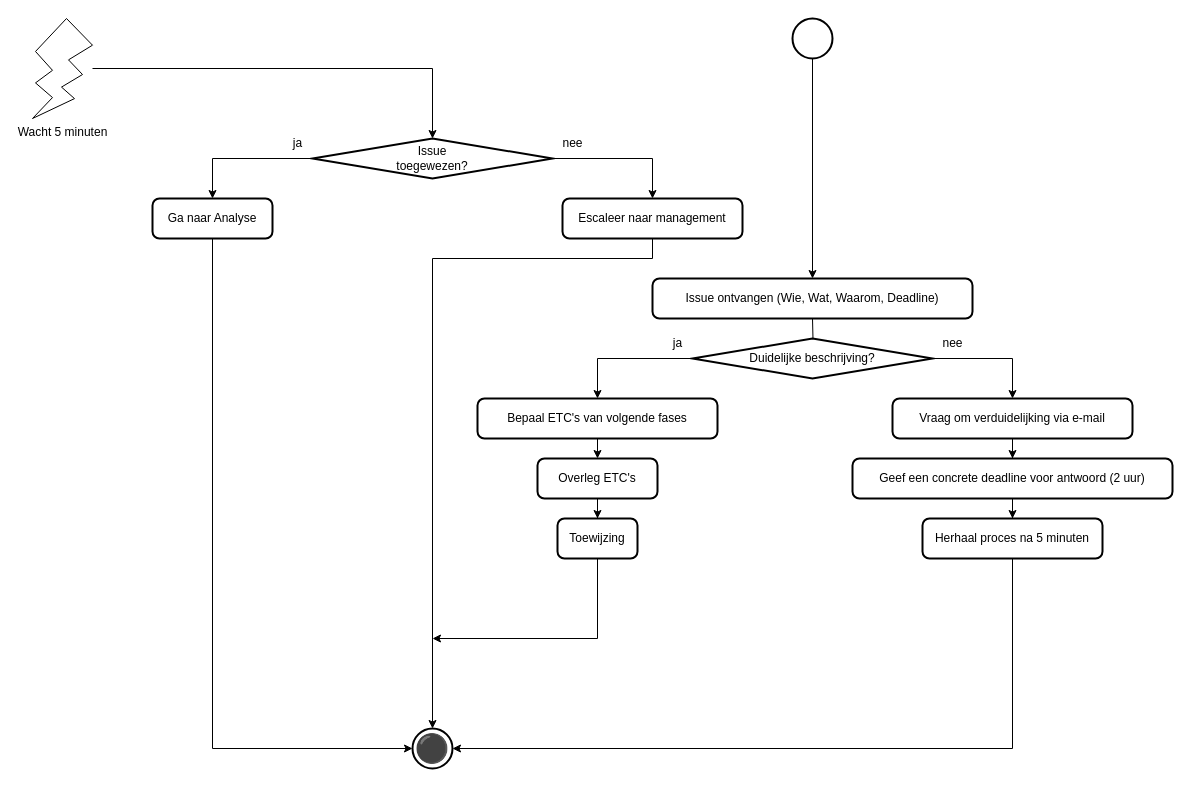
Earlier version of the draw.io diagram 1 Issue Tracker intake.drawio (Zaibatsu89/IssueTracker). Source tidied: cells renumbered, new cells numbered last; positions are measured from the earlier drawing's top-left corner, leaving out a move shared by most shapes. Both pictures are drawn from the tidied source at 100%, with x=0, y=0 at pixel (32, 18).
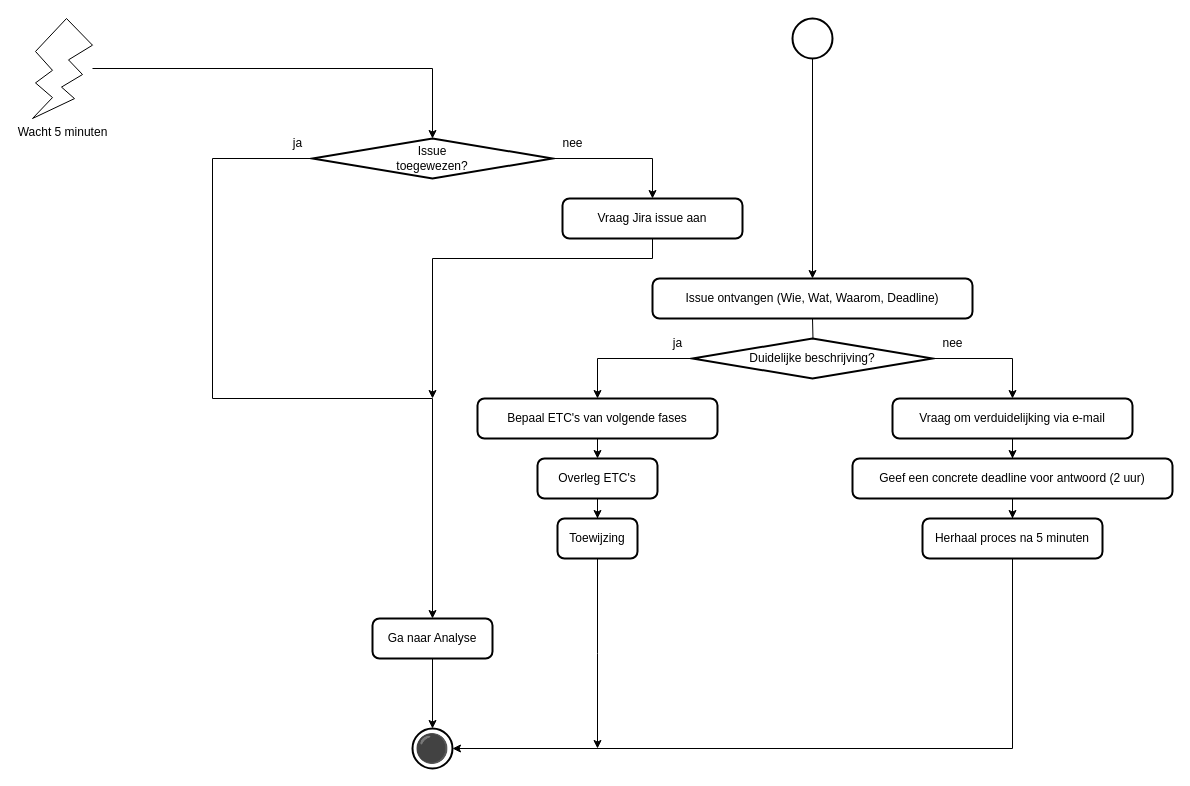
The same diagram, later.

Commit message:
Vervang 'Escaleer naar management' door 'Vraag Jira issue aan' in flowchart van intake

Unchanged cells that the change refers to:
```xml
<mxCell id="20" value="&lt;font&gt;⚫&lt;/font&gt;" style="strokeWidth=2;html=1;shape=mxgraph.flowchart.start_2;whiteSpace=wrap;fillStyle=solid;fillColor=none;perimeterSpacing=0;shadow=0;gradientColor=none;gradientDirection=north;fontSize=28;" parent="1" vertex="1">
  <mxGeometry x="380" y="710" width="40" height="40" as="geometry" />
</mxCell>
<mxCell id="23" value="Issue&lt;br&gt;toegewezen?" style="strokeWidth=2;html=1;shape=mxgraph.flowchart.decision;whiteSpace=wrap;" parent="1" vertex="1">
  <mxGeometry x="280" y="120" width="240" height="40" as="geometry" />
</mxCell>
<mxCell id="31" value="Toewijzing" style="rounded=1;whiteSpace=wrap;html=1;absoluteArcSize=1;arcSize=14;strokeWidth=2;" parent="1" vertex="1">
  <mxGeometry x="525" y="500" width="80" height="40" as="geometry" />
</mxCell>
```

The edit, as a diff of the source:
```diff
@@
-    <mxCell id="16" style="edgeStyle=orthogonalEdgeStyle;rounded=0;jettySize=auto;html=1;exitX=0.5;exitY=1;exitDx=0;exitDy=0;entryX=0.5;entryY=0;entryDx=0;entryDy=0;entryPerimeter=0;" parent="1" edge="1" source="17" target="20">
-      <mxGeometry relative="1" as="geometry">
-        <Array as="points">
-          <mxPoint x="620" y="240" />
-          <mxPoint x="400" y="240" />
-        </Array>
-      </mxGeometry>
-    </mxCell>
+    <mxCell id="36" style="edgeStyle=orthogonalEdgeStyle;rounded=0;jettySize=auto;html=1;" parent="1" edge="1" source="17">
+      <mxGeometry relative="1" as="geometry">
+        <mxPoint x="400" y="380" as="targetPoint" />
+        <Array as="points">
+          <mxPoint x="620" y="240" />
+        </Array>
+      </mxGeometry>
+    </mxCell>
-    <mxCell id="17" value="Escaleer naar management" style="rounded=1;whiteSpace=wrap;html=1;absoluteArcSize=1;arcSize=14;strokeWidth=2;" parent="1" vertex="1">
+    <mxCell id="17" value="Vraag Jira issue aan" style="rounded=1;whiteSpace=wrap;html=1;absoluteArcSize=1;arcSize=14;strokeWidth=2;" parent="1" vertex="1">
       <mxGeometry x="530" y="180" width="180" height="40" as="geometry" />
     </mxCell>
@@
-    <mxCell id="19" value="Ga naar Analyse" style="rounded=1;whiteSpace=wrap;html=1;absoluteArcSize=1;arcSize=14;strokeWidth=2;" parent="1" vertex="1">
-      <mxGeometry x="120" y="180" width="120" height="40" as="geometry" />
-    </mxCell>
@@
     <mxCell id="22" style="edgeStyle=orthogonalEdgeStyle;rounded=0;jettySize=auto;html=1;exitX=0;exitY=0.5;exitDx=0;exitDy=0;exitPerimeter=0;entryX=0.5;entryY=0;entryDx=0;entryDy=0;" parent="1" edge="1" source="23" target="19">
-      <mxGeometry relative="1" as="geometry" />
+      <mxGeometry relative="1" as="geometry">
+        <Array as="points">
+          <mxPoint x="180" y="140" />
+          <mxPoint x="180" y="380" />
+          <mxPoint x="400" y="380" />
+        </Array>
+      </mxGeometry>
     </mxCell>
@@
+    <mxCell id="37" style="edgeStyle=orthogonalEdgeStyle;rounded=0;jettySize=auto;html=1;" parent="1" edge="1" source="31">
+      <mxGeometry relative="1" as="geometry">
+        <mxPoint x="565" y="730" as="targetPoint" />
+      </mxGeometry>
+    </mxCell>
@@
-    <mxCell id="32" style="edgeStyle=orthogonalEdgeStyle;rounded=0;jettySize=auto;html=1;" parent="1" edge="1" source="31">
-      <mxGeometry relative="1" as="geometry">
-        <mxPoint x="400" y="620" as="targetPoint" />
-        <Array as="points">
-          <mxPoint x="565" y="620" />
-        </Array>
-      </mxGeometry>
-    </mxCell>
-    <mxCell id="33" style="edgeStyle=orthogonalEdgeStyle;rounded=0;jettySize=auto;html=1;exitX=0.5;exitY=1;exitDx=0;exitDy=0;entryX=0;entryY=0.5;entryDx=0;entryDy=0;entryPerimeter=0;" parent="1" edge="1" source="19" target="20">
-      <mxGeometry relative="1" as="geometry" />
-    </mxCell>
@@
+    <mxCell id="19" value="Ga naar Analyse" style="rounded=1;whiteSpace=wrap;html=1;absoluteArcSize=1;arcSize=14;strokeWidth=2;" parent="1" vertex="1">
+      <mxGeometry x="340" y="600" width="120" height="40" as="geometry" />
+    </mxCell>
+    <mxCell id="33" style="edgeStyle=orthogonalEdgeStyle;rounded=0;jettySize=auto;html=1;entryX=0.5;entryY=0;entryDx=0;entryDy=0;entryPerimeter=0;" parent="1" edge="1" source="19" target="20">
+      <mxGeometry relative="1" as="geometry" />
+    </mxCell>
```
